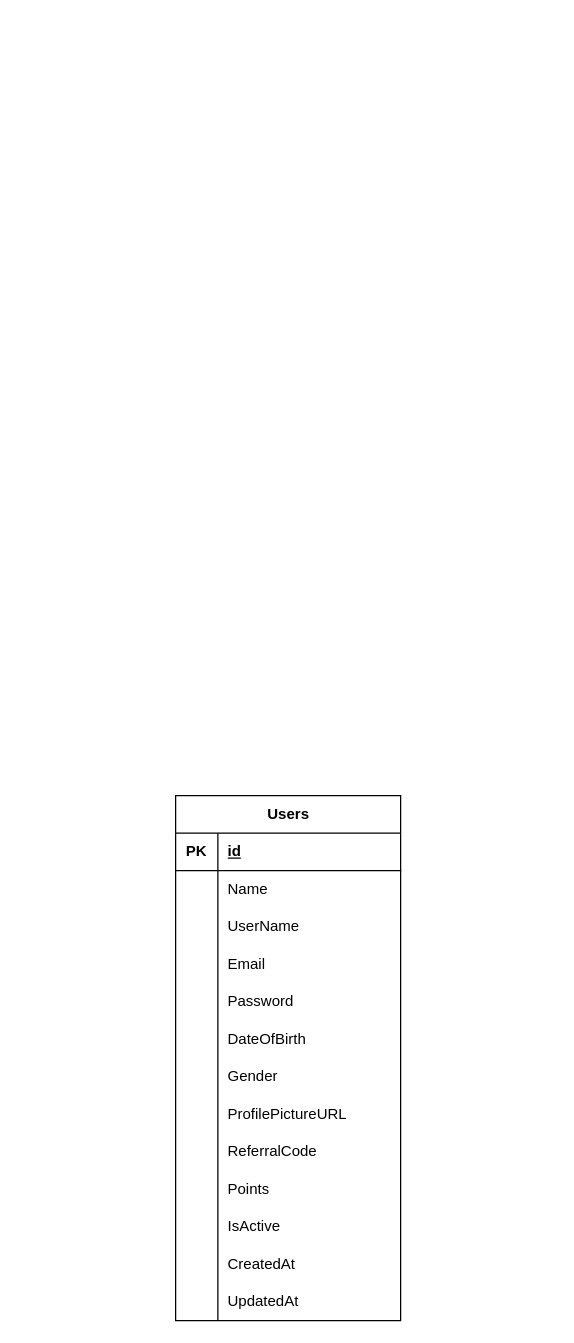
Earlier version of the draw.io diagram Diagrama sem nome.drawio (DevSolto/GymTribe). Source tidied: cells renumbered, new cells numbered last; positions are measured from the earlier drawing's top-left corner, leaving out a move shared by most shapes. Both pictures are drawn from the tidied source at 125%, with x=0, y=0 at pixel (175, 795).
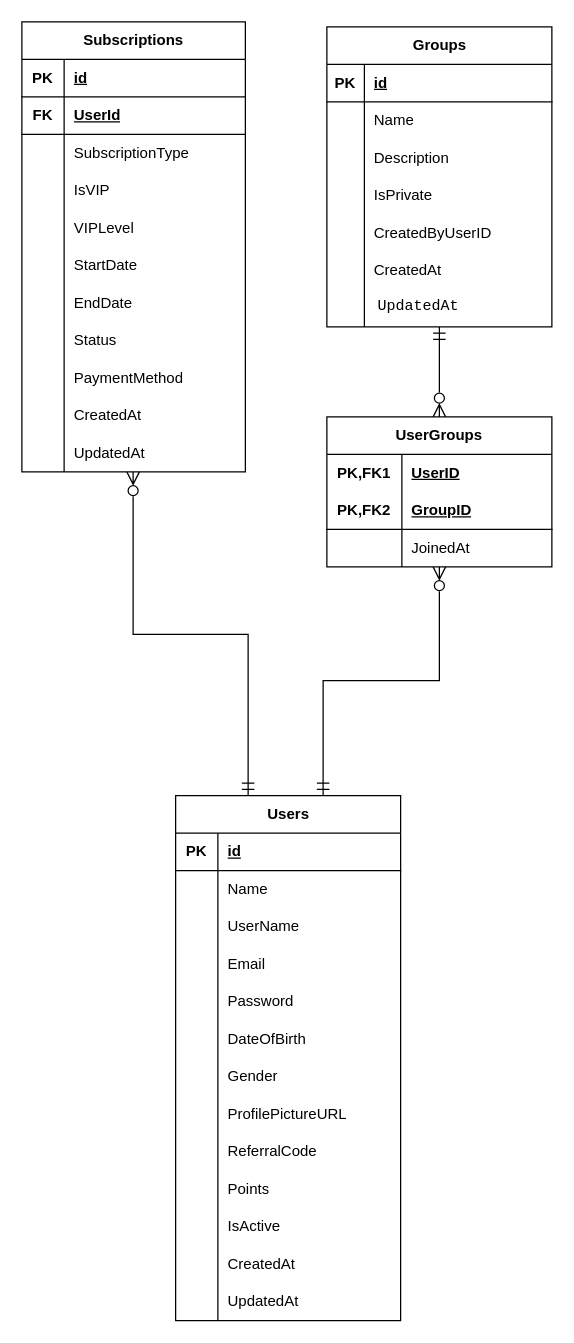
After the change.

The change refers to these unchanged cells:
```xml
<mxCell id="2" value="Users" style="shape=table;startSize=30;childLayout=tableLayout;rowLines=0;fontStyle=1;align=center;html=1;" parent="1" vertex="1">
  <mxGeometry width="180" height="420" as="geometry" />
</mxCell>
```

The edit, as a diff of the source:
```diff
@@
+    <mxCell id="42" style="edgeStyle=orthogonalEdgeStyle;rounded=0;jettySize=auto;html=1;fontSize=12;startSize=8;endSize=8;endArrow=ERzeroToMany;endFill=0;startArrow=ERmandOne;startFill=0;" parent="1" edge="1" source="2" target="43">
+      <mxGeometry relative="1" as="geometry">
+        <Array as="points">
+          <mxPoint x="58" y="-129" />
+          <mxPoint x="-34" y="-129" />
+        </Array>
+      </mxGeometry>
+    </mxCell>
@@
+    <mxCell id="43" value="Subscriptions " style="shape=table;startSize=30;childLayout=tableLayout;rowLines=0;fontStyle=1;align=center;html=1;" parent="1" vertex="1">
+      <mxGeometry x="-123" y="-619" width="178.8" height="360" as="geometry" />
+    </mxCell>
+    <mxCell id="44" style="shape=tableRow;horizontal=0;startSize=0;swimlaneHead=0;swimlaneBody=0;fillColor=none;top=0;left=0;right=0;bottom=1;" parent="43" vertex="1">
+      <mxGeometry y="30" width="178.8" height="30" as="geometry" />
+    </mxCell>
+    <mxCell id="45" value="PK" style="shape=partialRectangle;fillColor=none;top=0;left=0;bottom=0;right=0;fontStyle=1;overflow=hidden;whiteSpace=wrap;html=1;" parent="44" vertex="1">
+      <mxGeometry width="33.8" height="30" as="geometry" />
+    </mxCell>
+    <mxCell id="46" value="id" style="shape=partialRectangle;fillColor=none;top=0;left=0;bottom=0;right=0;align=left;spacingLeft=6;fontStyle=5;overflow=hidden;whiteSpace=wrap;html=1;" parent="44" vertex="1">
+      <mxGeometry x="33.8" width="145" height="30" as="geometry" />
+    </mxCell>
+    <mxCell id="47" style="shape=tableRow;horizontal=0;startSize=0;swimlaneHead=0;swimlaneBody=0;fillColor=none;top=0;left=0;right=0;bottom=1;" parent="43" vertex="1">
+      <mxGeometry y="60" width="178.8" height="30" as="geometry" />
+    </mxCell>
+    <mxCell id="48" value="FK" style="shape=partialRectangle;fillColor=none;top=0;left=0;bottom=0;right=0;fontStyle=1;overflow=hidden;whiteSpace=wrap;html=1;" parent="47" vertex="1">
+      <mxGeometry width="33.8" height="30" as="geometry" />
+    </mxCell>
+    <mxCell id="49" value="UserId" style="shape=partialRectangle;fillColor=none;top=0;left=0;bottom=0;right=0;align=left;spacingLeft=6;fontStyle=5;overflow=hidden;whiteSpace=wrap;html=1;" parent="47" vertex="1">
+      <mxGeometry x="33.8" width="145" height="30" as="geometry" />
+    </mxCell>
+    <mxCell id="50" style="shape=tableRow;horizontal=0;startSize=0;swimlaneHead=0;swimlaneBody=0;fillColor=none;top=0;left=0;right=0;bottom=0;" parent="43" vertex="1">
+      <mxGeometry y="90" width="178.8" height="30" as="geometry" />
+    </mxCell>
+    <mxCell id="51" style="shape=partialRectangle;fillColor=none;top=0;left=0;bottom=0;right=0;overflow=hidden;whiteSpace=wrap;html=1;" parent="50" vertex="1">
+      <mxGeometry width="33.8" height="30" as="geometry" />
+    </mxCell>
+    <mxCell id="52" value="SubscriptionType" style="shape=partialRectangle;fillColor=none;top=0;left=0;bottom=0;right=0;align=left;spacingLeft=6;overflow=hidden;whiteSpace=wrap;html=1;" parent="50" vertex="1">
+      <mxGeometry x="33.8" width="145" height="30" as="geometry" />
+    </mxCell>
+    <mxCell id="53" style="shape=tableRow;horizontal=0;startSize=0;swimlaneHead=0;swimlaneBody=0;fillColor=none;top=0;left=0;right=0;bottom=0;" parent="43" vertex="1">
+      <mxGeometry y="120" width="178.8" height="30" as="geometry" />
+    </mxCell>
+    <mxCell id="54" style="shape=partialRectangle;fillColor=none;top=0;left=0;bottom=0;right=0;overflow=hidden;whiteSpace=wrap;html=1;" parent="53" vertex="1">
+      <mxGeometry width="33.8" height="30" as="geometry" />
+    </mxCell>
+    <mxCell id="55" value="IsVIP" style="shape=partialRectangle;fillColor=none;top=0;left=0;bottom=0;right=0;align=left;spacingLeft=6;overflow=hidden;whiteSpace=wrap;html=1;" parent="53" vertex="1">
+      <mxGeometry x="33.8" width="145" height="30" as="geometry" />
+    </mxCell>
+    <mxCell id="56" style="shape=tableRow;horizontal=0;startSize=0;swimlaneHead=0;swimlaneBody=0;fillColor=none;top=0;left=0;right=0;bottom=0;" parent="43" vertex="1">
+      <mxGeometry y="150" width="178.8" height="30" as="geometry" />
+    </mxCell>
+    <mxCell id="57" style="shape=partialRectangle;fillColor=none;top=0;left=0;bottom=0;right=0;overflow=hidden;whiteSpace=wrap;html=1;" parent="56" vertex="1">
+      <mxGeometry width="33.8" height="30" as="geometry" />
+    </mxCell>
+    <mxCell id="58" value="VIPLevel" style="shape=partialRectangle;fillColor=none;top=0;left=0;bottom=0;right=0;align=left;spacingLeft=6;overflow=hidden;whiteSpace=wrap;html=1;" parent="56" vertex="1">
+      <mxGeometry x="33.8" width="145" height="30" as="geometry" />
+    </mxCell>
+    <mxCell id="59" style="shape=tableRow;horizontal=0;startSize=0;swimlaneHead=0;swimlaneBody=0;fillColor=none;top=0;left=0;right=0;bottom=0;" parent="43" vertex="1">
+      <mxGeometry y="180" width="178.8" height="30" as="geometry" />
+    </mxCell>
+    <mxCell id="60" style="shape=partialRectangle;fillColor=none;top=0;left=0;bottom=0;right=0;overflow=hidden;whiteSpace=wrap;html=1;" parent="59" vertex="1">
+      <mxGeometry width="33.8" height="30" as="geometry" />
+    </mxCell>
+    <mxCell id="61" value="StartDate" style="shape=partialRectangle;fillColor=none;top=0;left=0;bottom=0;right=0;align=left;spacingLeft=6;overflow=hidden;whiteSpace=wrap;html=1;" parent="59" vertex="1">
+      <mxGeometry x="33.8" width="145" height="30" as="geometry" />
+    </mxCell>
+    <mxCell id="62" style="shape=tableRow;horizontal=0;startSize=0;swimlaneHead=0;swimlaneBody=0;fillColor=none;top=0;left=0;right=0;bottom=0;" parent="43" vertex="1">
+      <mxGeometry y="210" width="178.8" height="30" as="geometry" />
+    </mxCell>
+    <mxCell id="63" style="shape=partialRectangle;fillColor=none;top=0;left=0;bottom=0;right=0;overflow=hidden;whiteSpace=wrap;html=1;" parent="62" vertex="1">
+      <mxGeometry width="33.8" height="30" as="geometry" />
+    </mxCell>
+    <mxCell id="64" value="EndDate" style="shape=partialRectangle;fillColor=none;top=0;left=0;bottom=0;right=0;align=left;spacingLeft=6;overflow=hidden;whiteSpace=wrap;html=1;" parent="62" vertex="1">
+      <mxGeometry x="33.8" width="145" height="30" as="geometry" />
+    </mxCell>
+    <mxCell id="65" style="shape=tableRow;horizontal=0;startSize=0;swimlaneHead=0;swimlaneBody=0;fillColor=none;top=0;left=0;right=0;bottom=0;" parent="43" vertex="1">
+      <mxGeometry y="240" width="178.8" height="30" as="geometry" />
+    </mxCell>
+    <mxCell id="66" style="shape=partialRectangle;fillColor=none;top=0;left=0;bottom=0;right=0;overflow=hidden;whiteSpace=wrap;html=1;" parent="65" vertex="1">
+      <mxGeometry width="33.8" height="30" as="geometry" />
+    </mxCell>
+    <mxCell id="67" value="Status" style="shape=partialRectangle;fillColor=none;top=0;left=0;bottom=0;right=0;align=left;spacingLeft=6;overflow=hidden;whiteSpace=wrap;html=1;" parent="65" vertex="1">
+      <mxGeometry x="33.8" width="145" height="30" as="geometry" />
+    </mxCell>
+    <mxCell id="68" style="shape=tableRow;horizontal=0;startSize=0;swimlaneHead=0;swimlaneBody=0;fillColor=none;top=0;left=0;right=0;bottom=0;" parent="43" vertex="1">
+      <mxGeometry y="270" width="178.8" height="30" as="geometry" />
+    </mxCell>
+    <mxCell id="69" style="shape=partialRectangle;fillColor=none;top=0;left=0;bottom=0;right=0;overflow=hidden;whiteSpace=wrap;html=1;" parent="68" vertex="1">
+      <mxGeometry width="33.8" height="30" as="geometry" />
+    </mxCell>
+    <mxCell id="70" value="PaymentMethod" style="shape=partialRectangle;fillColor=none;top=0;left=0;bottom=0;right=0;align=left;spacingLeft=6;overflow=hidden;whiteSpace=wrap;html=1;" parent="68" vertex="1">
+      <mxGeometry x="33.8" width="145" height="30" as="geometry" />
+    </mxCell>
+    <mxCell id="71" style="shape=tableRow;horizontal=0;startSize=0;swimlaneHead=0;swimlaneBody=0;fillColor=none;top=0;left=0;right=0;bottom=0;" parent="43" vertex="1">
+      <mxGeometry y="300" width="178.8" height="30" as="geometry" />
+    </mxCell>
+    <mxCell id="72" style="shape=partialRectangle;fillColor=none;top=0;left=0;bottom=0;right=0;overflow=hidden;whiteSpace=wrap;html=1;" parent="71" vertex="1">
+      <mxGeometry width="33.8" height="30" as="geometry" />
+    </mxCell>
+    <mxCell id="73" value="CreatedAt" style="shape=partialRectangle;fillColor=none;top=0;left=0;bottom=0;right=0;align=left;spacingLeft=6;overflow=hidden;whiteSpace=wrap;html=1;" parent="71" vertex="1">
+      <mxGeometry x="33.8" width="145" height="30" as="geometry" />
+    </mxCell>
+    <mxCell id="74" style="shape=tableRow;horizontal=0;startSize=0;swimlaneHead=0;swimlaneBody=0;fillColor=none;top=0;left=0;right=0;bottom=0;" parent="43" vertex="1">
+      <mxGeometry y="330" width="178.8" height="30" as="geometry" />
+    </mxCell>
+    <mxCell id="75" style="shape=partialRectangle;fillColor=none;top=0;left=0;bottom=0;right=0;overflow=hidden;whiteSpace=wrap;html=1;" parent="74" vertex="1">
+      <mxGeometry width="33.8" height="30" as="geometry" />
+    </mxCell>
+    <mxCell id="76" value="UpdatedAt" style="shape=partialRectangle;fillColor=none;top=0;left=0;bottom=0;right=0;align=left;spacingLeft=6;overflow=hidden;whiteSpace=wrap;html=1;" parent="74" vertex="1">
+      <mxGeometry x="33.8" width="145" height="30" as="geometry" />
+    </mxCell>
+    <mxCell id="77" value="Groups" style="shape=table;startSize=30;childLayout=tableLayout;rowLines=0;fontStyle=1;align=center;html=1;" parent="1" vertex="1">
+      <mxGeometry x="121" y="-615" width="180" height="240" as="geometry" />
+    </mxCell>
+    <mxCell id="78" style="shape=tableRow;horizontal=0;startSize=0;swimlaneHead=0;swimlaneBody=0;fillColor=none;top=0;left=0;right=0;bottom=1;" parent="77" vertex="1">
+      <mxGeometry y="30" width="180" height="30" as="geometry" />
+    </mxCell>
+    <mxCell id="79" value="PK" style="shape=partialRectangle;fillColor=none;top=0;left=0;bottom=0;right=0;fontStyle=1;overflow=hidden;whiteSpace=wrap;html=1;" parent="78" vertex="1">
+      <mxGeometry width="30" height="30" as="geometry" />
+    </mxCell>
+    <mxCell id="80" value="id" style="shape=partialRectangle;fillColor=none;top=0;left=0;bottom=0;right=0;align=left;spacingLeft=6;fontStyle=5;overflow=hidden;whiteSpace=wrap;html=1;" parent="78" vertex="1">
+      <mxGeometry x="30" width="150" height="30" as="geometry" />
+    </mxCell>
+    <mxCell id="81" style="shape=tableRow;horizontal=0;startSize=0;swimlaneHead=0;swimlaneBody=0;fillColor=none;top=0;left=0;right=0;bottom=0;" parent="77" vertex="1">
+      <mxGeometry y="60" width="180" height="30" as="geometry" />
+    </mxCell>
+    <mxCell id="82" style="shape=partialRectangle;fillColor=none;top=0;left=0;bottom=0;right=0;overflow=hidden;whiteSpace=wrap;html=1;" parent="81" vertex="1">
+      <mxGeometry width="30" height="30" as="geometry" />
+    </mxCell>
+    <mxCell id="83" value="Name" style="shape=partialRectangle;fillColor=none;top=0;left=0;bottom=0;right=0;align=left;spacingLeft=6;overflow=hidden;whiteSpace=wrap;html=1;" parent="81" vertex="1">
+      <mxGeometry x="30" width="150" height="30" as="geometry" />
+    </mxCell>
+    <mxCell id="84" style="shape=tableRow;horizontal=0;startSize=0;swimlaneHead=0;swimlaneBody=0;fillColor=none;top=0;left=0;right=0;bottom=0;" parent="77" vertex="1">
+      <mxGeometry y="90" width="180" height="30" as="geometry" />
+    </mxCell>
+    <mxCell id="85" style="shape=partialRectangle;fillColor=none;top=0;left=0;bottom=0;right=0;overflow=hidden;whiteSpace=wrap;html=1;" parent="84" vertex="1">
+      <mxGeometry width="30" height="30" as="geometry" />
+    </mxCell>
+    <mxCell id="86" value="Description" style="shape=partialRectangle;fillColor=none;top=0;left=0;bottom=0;right=0;align=left;spacingLeft=6;overflow=hidden;whiteSpace=wrap;html=1;" parent="84" vertex="1">
+      <mxGeometry x="30" width="150" height="30" as="geometry" />
+    </mxCell>
+    <mxCell id="87" style="shape=tableRow;horizontal=0;startSize=0;swimlaneHead=0;swimlaneBody=0;fillColor=none;top=0;left=0;right=0;bottom=0;" parent="77" vertex="1">
+      <mxGeometry y="120" width="180" height="30" as="geometry" />
+    </mxCell>
+    <mxCell id="88" style="shape=partialRectangle;fillColor=none;top=0;left=0;bottom=0;right=0;overflow=hidden;whiteSpace=wrap;html=1;" parent="87" vertex="1">
+      <mxGeometry width="30" height="30" as="geometry" />
+    </mxCell>
+    <mxCell id="89" value="IsPrivate" style="shape=partialRectangle;fillColor=none;top=0;left=0;bottom=0;right=0;align=left;spacingLeft=6;overflow=hidden;whiteSpace=wrap;html=1;" parent="87" vertex="1">
+      <mxGeometry x="30" width="150" height="30" as="geometry" />
+    </mxCell>
+    <mxCell id="90" style="shape=tableRow;horizontal=0;startSize=0;swimlaneHead=0;swimlaneBody=0;fillColor=none;top=0;left=0;right=0;bottom=0;" parent="77" vertex="1">
+      <mxGeometry y="150" width="180" height="30" as="geometry" />
+    </mxCell>
+    <mxCell id="91" style="shape=partialRectangle;fillColor=none;top=0;left=0;bottom=0;right=0;overflow=hidden;whiteSpace=wrap;html=1;" parent="90" vertex="1">
+      <mxGeometry width="30" height="30" as="geometry" />
+    </mxCell>
+    <mxCell id="92" value="CreatedByUserID" style="shape=partialRectangle;fillColor=none;top=0;left=0;bottom=0;right=0;align=left;spacingLeft=6;overflow=hidden;whiteSpace=wrap;html=1;" parent="90" vertex="1">
+      <mxGeometry x="30" width="150" height="30" as="geometry" />
+    </mxCell>
+    <mxCell id="93" style="shape=tableRow;horizontal=0;startSize=0;swimlaneHead=0;swimlaneBody=0;fillColor=none;top=0;left=0;right=0;bottom=0;" parent="77" vertex="1">
+      <mxGeometry y="180" width="180" height="30" as="geometry" />
+    </mxCell>
+    <mxCell id="94" style="shape=partialRectangle;fillColor=none;top=0;left=0;bottom=0;right=0;overflow=hidden;whiteSpace=wrap;html=1;" parent="93" vertex="1">
+      <mxGeometry width="30" height="30" as="geometry" />
+    </mxCell>
+    <mxCell id="95" value="CreatedAt" style="shape=partialRectangle;fillColor=none;top=0;left=0;bottom=0;right=0;align=left;spacingLeft=6;overflow=hidden;whiteSpace=wrap;html=1;" parent="93" vertex="1">
+      <mxGeometry x="30" width="150" height="30" as="geometry" />
+    </mxCell>
+    <mxCell id="96" style="shape=tableRow;horizontal=0;startSize=0;swimlaneHead=0;swimlaneBody=0;fillColor=none;top=0;left=0;right=0;bottom=0;" parent="77" vertex="1">
+      <mxGeometry y="210" width="180" height="30" as="geometry" />
+    </mxCell>
+    <mxCell id="97" style="shape=partialRectangle;fillColor=none;top=0;left=0;bottom=0;right=0;overflow=hidden;whiteSpace=wrap;html=1;" parent="96" vertex="1">
+      <mxGeometry width="30" height="30" as="geometry" />
+    </mxCell>
+    <mxCell id="98" value="&lt;table&gt;&lt;tbody&gt;&lt;tr&gt;&lt;td&gt;&lt;code&gt;UpdatedAt&lt;/code&gt;&lt;/td&gt;&lt;/tr&gt;&lt;/tbody&gt;&lt;/table&gt;&lt;table&gt;&lt;tbody&gt;&lt;tr&gt;&lt;td&gt;&lt;/td&gt;&lt;/tr&gt;&lt;/tbody&gt;&lt;/table&gt;" style="shape=partialRectangle;fillColor=none;top=0;left=0;bottom=0;right=0;align=left;spacingLeft=6;overflow=hidden;whiteSpace=wrap;html=1;" parent="96" vertex="1">
+      <mxGeometry x="30" width="150" height="30" as="geometry" />
+    </mxCell>
+    <mxCell id="99" style="edgeStyle=orthogonalEdgeStyle;rounded=0;jettySize=auto;html=1;fontSize=12;startSize=8;endSize=8;endArrow=ERmandOne;endFill=0;startArrow=ERzeroToMany;startFill=0;" parent="1" edge="1" source="101" target="2">
+      <mxGeometry relative="1" as="geometry">
+        <Array as="points">
+          <mxPoint x="211" y="-92" />
+          <mxPoint x="118" y="-92" />
+        </Array>
+      </mxGeometry>
+    </mxCell>
+    <mxCell id="100" style="edgeStyle=orthogonalEdgeStyle;rounded=0;jettySize=auto;html=1;fontSize=12;startSize=8;endSize=8;endArrow=ERmandOne;endFill=0;startArrow=ERzeroToMany;startFill=0;" parent="1" edge="1" source="101" target="77">
+      <mxGeometry relative="1" as="geometry" />
+    </mxCell>
+    <mxCell id="101" value="UserGroups" style="shape=table;startSize=30;childLayout=tableLayout;rowLines=0;fontStyle=1;align=center;html=1;whiteSpace=wrap;" parent="1" vertex="1">
+      <mxGeometry x="121" y="-303" width="180" height="120" as="geometry" />
+    </mxCell>
+    <mxCell id="102" style="shape=tableRow;horizontal=0;startSize=0;swimlaneHead=0;swimlaneBody=0;fillColor=none;top=0;left=0;right=0;bottom=0;html=1;" parent="101" vertex="1">
+      <mxGeometry y="30" width="180" height="30" as="geometry" />
+    </mxCell>
+    <mxCell id="103" value="PK,FK1" style="shape=partialRectangle;fillColor=none;top=0;left=0;bottom=0;right=0;fontStyle=1;overflow=hidden;html=1;whiteSpace=wrap;" parent="102" vertex="1">
+      <mxGeometry width="60" height="30" as="geometry" />
+    </mxCell>
+    <mxCell id="104" value="UserID" style="shape=partialRectangle;fillColor=none;top=0;left=0;bottom=0;right=0;align=left;spacingLeft=6;fontStyle=5;overflow=hidden;html=1;whiteSpace=wrap;" parent="102" vertex="1">
+      <mxGeometry x="60" width="120" height="30" as="geometry" />
+    </mxCell>
+    <mxCell id="105" style="shape=tableRow;horizontal=0;startSize=0;swimlaneHead=0;swimlaneBody=0;fillColor=none;top=0;left=0;right=0;bottom=1;html=1;" parent="101" vertex="1">
+      <mxGeometry y="60" width="180" height="30" as="geometry" />
+    </mxCell>
+    <mxCell id="106" value="PK,FK2" style="shape=partialRectangle;fillColor=none;top=0;left=0;bottom=0;right=0;fontStyle=1;overflow=hidden;html=1;whiteSpace=wrap;" parent="105" vertex="1">
+      <mxGeometry width="60" height="30" as="geometry" />
+    </mxCell>
+    <mxCell id="107" value="GroupID" style="shape=partialRectangle;fillColor=none;top=0;left=0;bottom=0;right=0;align=left;spacingLeft=6;fontStyle=5;overflow=hidden;html=1;whiteSpace=wrap;" parent="105" vertex="1">
+      <mxGeometry x="60" width="120" height="30" as="geometry" />
+    </mxCell>
+    <mxCell id="108" style="shape=tableRow;horizontal=0;startSize=0;swimlaneHead=0;swimlaneBody=0;fillColor=none;top=0;left=0;right=0;bottom=0;html=1;" parent="101" vertex="1">
+      <mxGeometry y="90" width="180" height="30" as="geometry" />
+    </mxCell>
+    <mxCell id="109" style="shape=partialRectangle;fillColor=none;top=0;left=0;bottom=0;right=0;overflow=hidden;html=1;whiteSpace=wrap;" parent="108" vertex="1">
+      <mxGeometry width="60" height="30" as="geometry" />
+    </mxCell>
+    <mxCell id="110" value="JoinedAt" style="shape=partialRectangle;fillColor=none;top=0;left=0;bottom=0;right=0;align=left;spacingLeft=6;overflow=hidden;html=1;whiteSpace=wrap;" parent="108" vertex="1">
+      <mxGeometry x="60" width="120" height="30" as="geometry" />
+    </mxCell>
```
